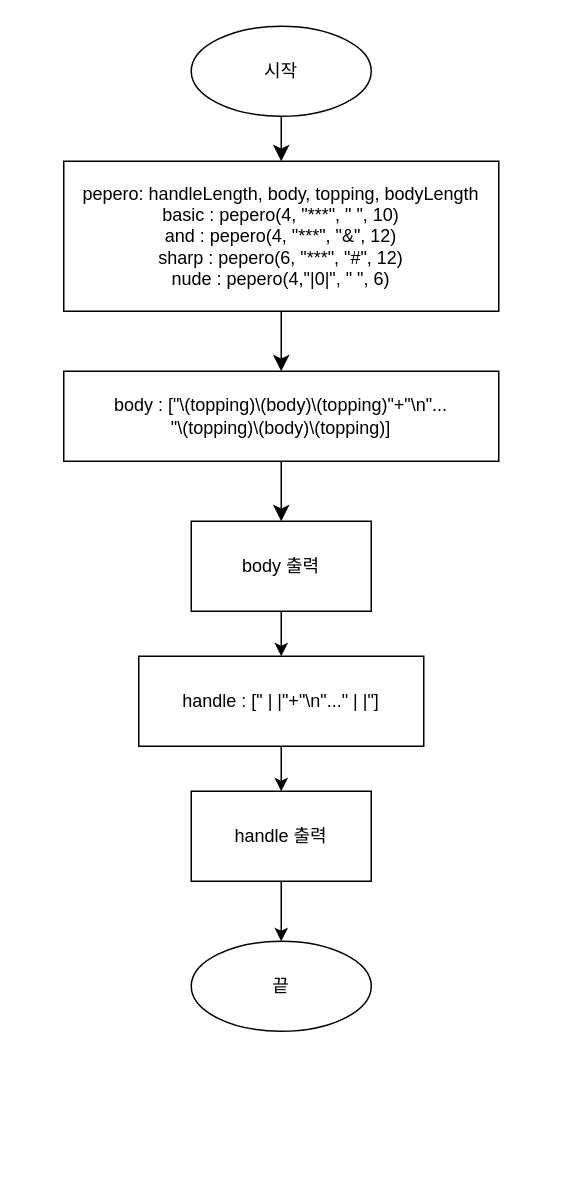
yagom-academy/swift-starter-Round1 keeps this draw.io diagram as Round1_Step3_FlowChart.drawio. Above is the earlier version. Source tidied: cells renumbered, new cells numbered last; positions are measured from the earlier drawing's top-left corner, leaving out a move shared by most shapes. Both pictures are drawn from the tidied source at 150%, with x=0, y=0 at pixel (63, 26).
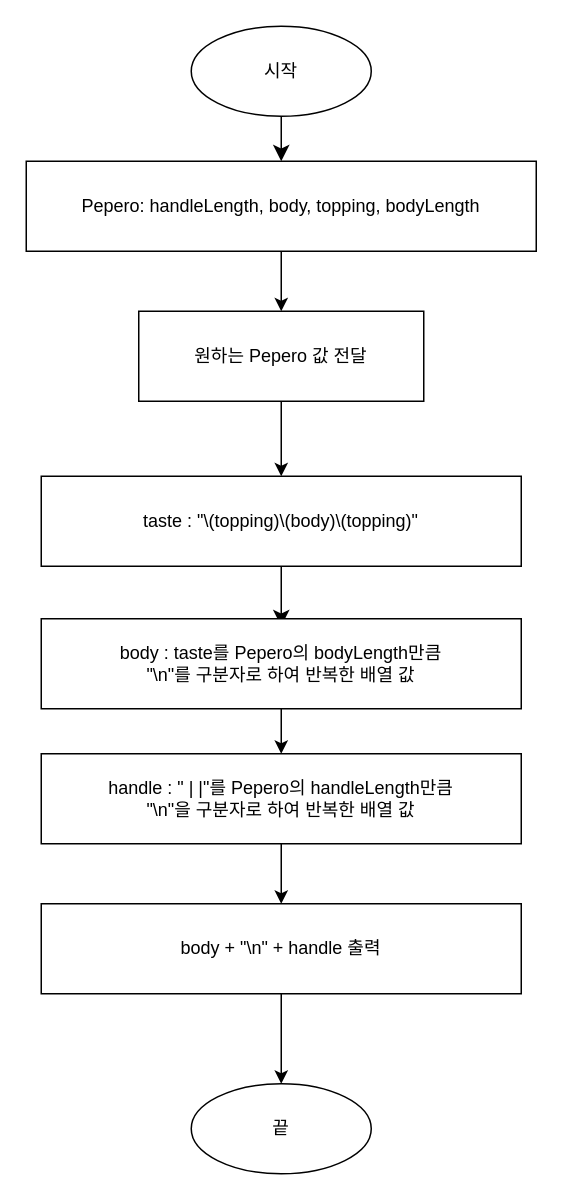
Above is the later version.

Commit message (it also covers changes not shown here):
1. class -> struct (first letter-upper case) 2.print only at the end 3. edit flow chart (use sentences)

The edit, as a diff of the source:
```diff
@@
 <mxGraphModel>
   <root>
     <mxCell id="0" />
     <mxCell id="1" parent="0" />
     <mxCell id="2" style="edgeStyle=none;curved=1;rounded=0;jettySize=auto;html=1;fontSize=12;startSize=8;endSize=8;" parent="1" edge="1" source="3" target="5">
       <mxGeometry relative="1" as="geometry" />
     </mxCell>
     <mxCell id="3" value="시작" style="ellipse;whiteSpace=wrap;html=1;" parent="1" vertex="1">
       <mxGeometry x="85" width="120" height="60" as="geometry" />
     </mxCell>
-    <mxCell id="4" style="edgeStyle=none;curved=1;rounded=0;jettySize=auto;html=1;fontSize=12;startSize=8;endSize=8;" parent="1" edge="1" source="5" target="8">
-      <mxGeometry relative="1" as="geometry" />
-    </mxCell>
+    <mxCell id="16" style="edgeStyle=orthogonalEdgeStyle;rounded=0;jettySize=auto;html=1;" parent="1" edge="1" source="5" target="21">
+      <mxGeometry relative="1" as="geometry" />
+    </mxCell>
-    <mxCell id="5" value="pepero: handleLength, body, topping, bodyLength&lt;br&gt;basic : pepero(4, &quot;***&quot;, &quot; &quot;, 10)&lt;br&gt;and : pepero(4, &quot;***&quot;, &quot;&amp;amp;&quot;, 12)&lt;br&gt;sharp : pepero(6, &quot;***&quot;, &quot;#&quot;, 12)&lt;br&gt;nude : pepero(4,&quot;|0|&quot;, &quot; &quot;, 6)" style="whiteSpace=wrap;html=1;" parent="1" vertex="1">
-      <mxGeometry y="90" width="290" height="100" as="geometry" />
+    <mxCell id="5" value="Pepero: handleLength, body, topping, bodyLength" style="whiteSpace=wrap;html=1;" parent="1" vertex="1">
+      <mxGeometry x="-25" y="90" width="340" height="60" as="geometry" />
     </mxCell>
     <mxCell id="6" style="edgeStyle=none;curved=1;rounded=0;orthogonalLoop=1;jettySize=auto;html=1;exitX=0.5;exitY=1;exitDx=0;exitDy=0;fontSize=12;startSize=8;endSize=8;" parent="1" edge="1" source="5" target="5">
       <mxGeometry relative="1" as="geometry" />
     </mxCell>
     <mxCell id="7" style="edgeStyle=none;curved=1;rounded=0;jettySize=auto;html=1;fontSize=12;startSize=8;endSize=8;" parent="1" edge="1" source="8">
       <mxGeometry relative="1" as="geometry">
-        <mxPoint x="145" y="330" as="targetPoint" />
+        <mxPoint x="145" y="400" as="targetPoint" />
       </mxGeometry>
     </mxCell>
-    <mxCell id="8" value="body : [&quot;\(topping)\(body)\(topping)&quot;+&quot;\n&quot;...&lt;br&gt;&quot;\(topping)\(body)\(topping)]" style="whiteSpace=wrap;html=1;" parent="1" vertex="1">
-      <mxGeometry y="230" width="290" height="60" as="geometry" />
+    <mxCell id="8" value="&lt;div style=&quot;text-align: start;&quot;&gt;&lt;span style=&quot;background-color: initial;&quot;&gt;taste : &quot;\(topping)\(body)\(topping)&quot;&lt;/span&gt;&lt;/div&gt;" style="whiteSpace=wrap;html=1;" parent="1" vertex="1">
+      <mxGeometry x="-15" y="300" width="320" height="60" as="geometry" />
     </mxCell>
     <mxCell id="9" value="끝" style="ellipse;whiteSpace=wrap;html=1;" parent="1" vertex="1">
-      <mxGeometry x="85" y="610" width="120" height="60" as="geometry" />
+      <mxGeometry x="85" y="705" width="120" height="60" as="geometry" />
     </mxCell>
     <mxCell id="10" style="edgeStyle=orthogonalEdgeStyle;rounded=0;jettySize=auto;html=1;" parent="1" edge="1" source="11" target="13">
       <mxGeometry relative="1" as="geometry" />
     </mxCell>
-    <mxCell id="11" value="body 출력" style="rounded=0;whiteSpace=wrap;html=1;" parent="1" vertex="1">
-      <mxGeometry x="85" y="330" width="120" height="60" as="geometry" />
+    <mxCell id="11" value="body : taste를 Pepero의 bodyLength만큼 &lt;br&gt;&quot;\n&quot;를 구분자로 하여 반복한 배열 값" style="rounded=0;whiteSpace=wrap;html=1;" parent="1" vertex="1">
+      <mxGeometry x="-15" y="395" width="320" height="60" as="geometry" />
     </mxCell>
-    <mxCell id="12" style="edgeStyle=orthogonalEdgeStyle;rounded=0;jettySize=auto;html=1;" parent="1" edge="1" source="13" target="15">
-      <mxGeometry relative="1" as="geometry" />
-    </mxCell>
+    <mxCell id="17" style="edgeStyle=orthogonalEdgeStyle;rounded=0;jettySize=auto;html=1;" parent="1" edge="1" source="13" target="19">
+      <mxGeometry relative="1" as="geometry" />
+    </mxCell>
-    <mxCell id="13" value="handle : [&quot; | |&quot;+&quot;\n&quot;...&quot; | |&quot;]" style="whiteSpace=wrap;html=1;rounded=0;" parent="1" vertex="1">
-      <mxGeometry x="50" y="420" width="190" height="60" as="geometry" />
+    <mxCell id="13" value="handle : &quot; | |&quot;를 Pepero의&amp;nbsp;handleLength만큼 &lt;br&gt;&quot;\n&quot;을 구분자로 하여 반복한 배열 값" style="whiteSpace=wrap;html=1;rounded=0;" parent="1" vertex="1">
+      <mxGeometry x="-15" y="485" width="320" height="60" as="geometry" />
     </mxCell>
-    <mxCell id="14" style="edgeStyle=orthogonalEdgeStyle;rounded=0;jettySize=auto;html=1;" parent="1" edge="1" source="15" target="9">
-      <mxGeometry relative="1" as="geometry" />
-    </mxCell>
-    <mxCell id="15" value="handle 출력" style="whiteSpace=wrap;html=1;rounded=0;" parent="1" vertex="1">
-      <mxGeometry x="85" y="510" width="120" height="60" as="geometry" />
-    </mxCell>
+    <mxCell id="18" style="edgeStyle=orthogonalEdgeStyle;rounded=0;jettySize=auto;html=1;" parent="1" edge="1" source="19" target="9">
+      <mxGeometry relative="1" as="geometry" />
+    </mxCell>
+    <mxCell id="19" value="body + &quot;\n&quot; + handle 출력" style="whiteSpace=wrap;html=1;rounded=0;" parent="1" vertex="1">
+      <mxGeometry x="-15" y="585" width="320" height="60" as="geometry" />
+    </mxCell>
+    <mxCell id="20" style="edgeStyle=orthogonalEdgeStyle;rounded=0;jettySize=auto;html=1;entryX=0.5;entryY=0;entryDx=0;entryDy=0;" parent="1" edge="1" source="21" target="8">
+      <mxGeometry relative="1" as="geometry" />
+    </mxCell>
+    <mxCell id="21" value="원하는 Pepero 값 전달" style="whiteSpace=wrap;html=1;" parent="1" vertex="1">
+      <mxGeometry x="50" y="190" width="190" height="60" as="geometry" />
+    </mxCell>
   </root>
 </mxGraphModel>
```
